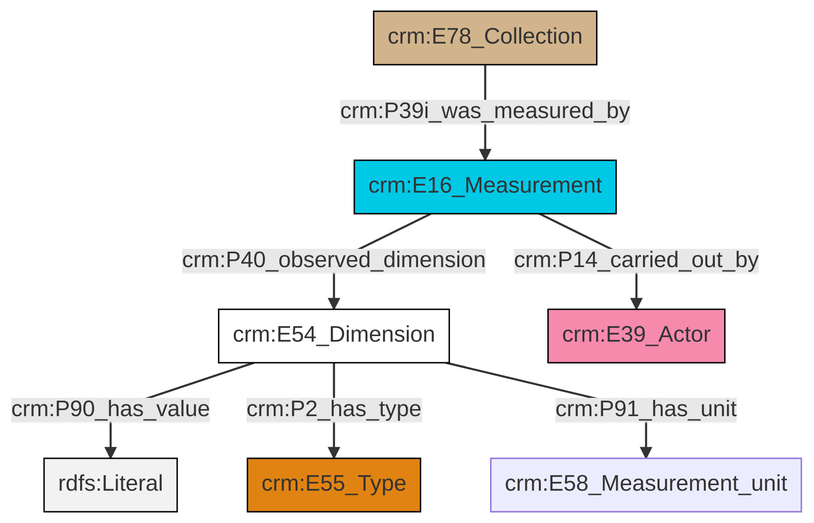
Earlier version of the Mermaid export et/archivalCSV/ttl/mmd/png/archival_substance.png (swiss-art-research-net/docs.swissartresearch). Its source is kept beside it as et/archivalCSV/ttl/mmd/archival_substance.ttl.mmd.
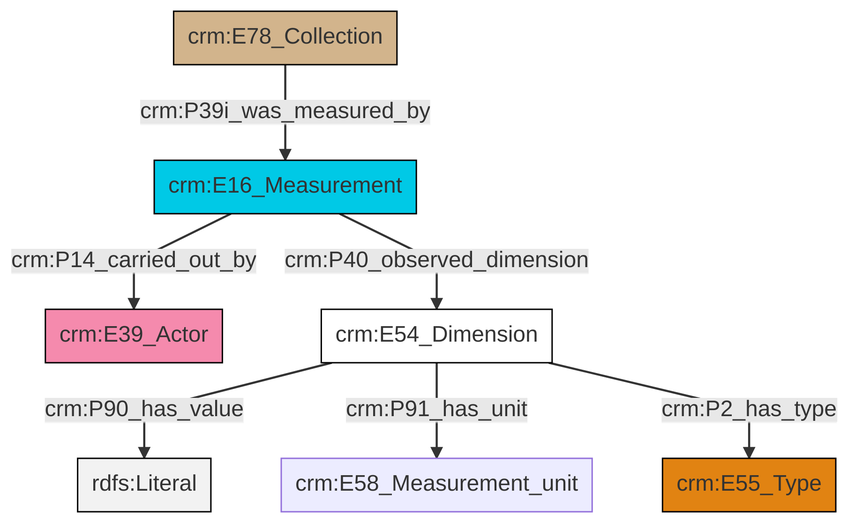
The same diagram one commit later.

Diff of the diagram source:
```diff
@@ -13,9 +13,9 @@
 classDef PC_Classes fill:#4ce600, stroke:#000000;
 classDef Multi fill:#cccccc,stroke:#000000;
 
-0["crm:E78_Collection"]:::Physical_Thing -->|crm:P39i_was_measured_by| 1["crm:E16_Measurement"]:::Temporal_Entity
-1["crm:E16_Measurement"]:::Temporal_Entity -->|crm:P40_observed_dimension| 3["crm:E54_Dimension"]:::CRM_Entity
-3["crm:E54_Dimension"]:::CRM_Entity -->|crm:P90_has_value| 4[rdfs:Literal]:::Literal
-3["crm:E54_Dimension"]:::CRM_Entity -->|crm:P2_has_type| 5["crm:E55_Type"]:::Type
-1["crm:E16_Measurement"]:::Temporal_Entity -->|crm:P14_carried_out_by| 8["crm:E39_Actor"]:::Actor
-3["crm:E54_Dimension"]:::CRM_Entity -->|crm:P91_has_unit| 9["crm:E58_Measurement_unit"]:::Default
+2["crm:E16_Measurement"]:::Temporal_Entity -->|crm:P14_carried_out_by| 3["crm:E39_Actor"]:::Actor
+8["crm:E54_Dimension"]:::CRM_Entity -->|crm:P90_has_value| 9[rdfs:Literal]:::Literal
+2["crm:E16_Measurement"]:::Temporal_Entity -->|crm:P40_observed_dimension| 8["crm:E54_Dimension"]:::CRM_Entity
+8["crm:E54_Dimension"]:::CRM_Entity -->|crm:P91_has_unit| 6["crm:E58_Measurement_unit"]:::Default
+0["crm:E78_Collection"]:::Physical_Thing -->|crm:P39i_was_measured_by| 2["crm:E16_Measurement"]:::Temporal_Entity
+8["crm:E54_Dimension"]:::CRM_Entity -->|crm:P2_has_type| 4["crm:E55_Type"]:::Type
```
